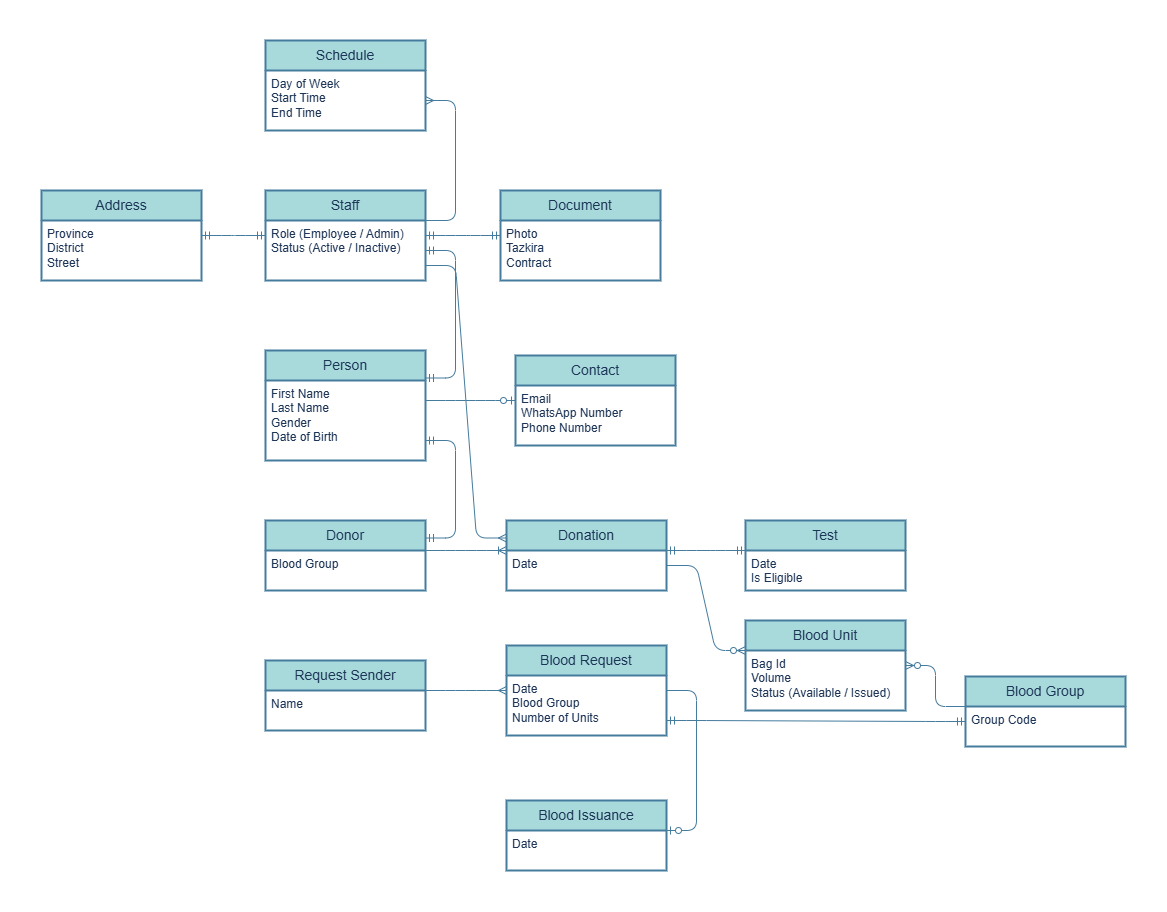
This is Blood Bank Database System/Assets/ERD.png from reza720/database-projects-collection, a draw.io export, as it was before one commit. Source tidied: cells renumbered, new cells last; positions are measured from the earlier drawing's top-left corner, leaving out a move shared by most shapes.
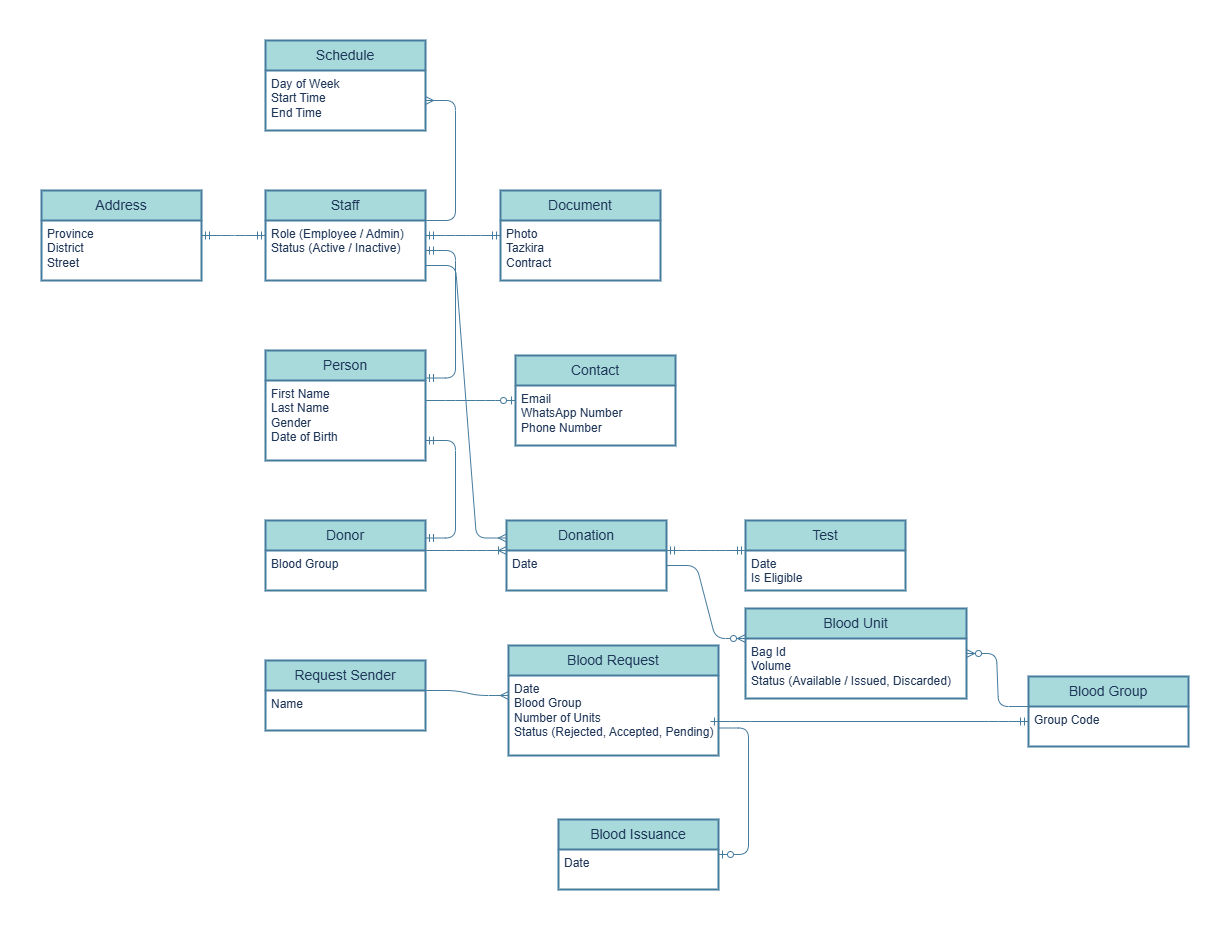
Later version of the same file.

The edit, as a diff of the source:
```diff
@@ -57,16 +57,16 @@
       <mxGeometry relative="1" as="geometry" />
     </mxCell>
     <mxCell id="20" value="Blood Unit" style="swimlane;horizontal=1;startSize=30;rounded=1;fontSize=14;fontStyle=0;strokeWidth=2;shadow=0;dashed=0;align=center;arcSize=0;whiteSpace=wrap;html=1;labelBackgroundColor=none;fillColor=#A8DADC;strokeColor=#457B9D;fontColor=#1D3557;" parent="1" vertex="1">
-      <mxGeometry x="704" y="580" width="160" height="90" as="geometry" />
+      <mxGeometry x="704" y="568" width="221" height="90" as="geometry" />
     </mxCell>
-    <mxCell id="21" value="Bag Id&lt;div&gt;Volume&lt;/div&gt;&lt;div&gt;Status (Available / Issued)&lt;/div&gt;" style="align=left;strokeColor=none;fillColor=none;spacingLeft=4;spacingRight=4;fontSize=12;verticalAlign=top;html=1;whiteSpace=wrap;labelBackgroundColor=none;fontColor=#1D3557;rounded=1;" parent="20" vertex="1">
-      <mxGeometry y="30" width="160" height="60" as="geometry" />
+    <mxCell id="21" value="Bag Id&lt;div&gt;Volume&lt;/div&gt;&lt;div&gt;Status (Available / Issued, Discarded)&lt;/div&gt;" style="align=left;strokeColor=none;fillColor=none;spacingLeft=4;spacingRight=4;fontSize=12;verticalAlign=top;html=1;whiteSpace=wrap;labelBackgroundColor=none;fontColor=#1D3557;rounded=1;" parent="20" vertex="1">
+      <mxGeometry y="30" width="221" height="60" as="geometry" />
     </mxCell>
     <mxCell id="22" value="&lt;div&gt;&lt;br&gt;&lt;/div&gt;" style="align=left;strokeColor=none;fillColor=none;spacingLeft=4;spacingRight=4;fontSize=12;verticalAlign=top;html=1;whiteSpace=wrap;labelBackgroundColor=none;fontColor=#1D3557;rounded=1;" parent="20" vertex="1">
-      <mxGeometry y="90" width="160" as="geometry" />
+      <mxGeometry y="90" width="221" as="geometry" />
     </mxCell>
     <mxCell id="23" value="Blood Group" style="swimlane;horizontal=1;startSize=30;rounded=1;fontSize=14;fontStyle=0;strokeWidth=2;shadow=0;dashed=0;align=center;arcSize=0;whiteSpace=wrap;html=1;labelBackgroundColor=none;fillColor=#A8DADC;strokeColor=#457B9D;fontColor=#1D3557;" parent="1" vertex="1">
-      <mxGeometry x="924" y="636" width="160" height="70" as="geometry" />
+      <mxGeometry x="987" y="636" width="160" height="70" as="geometry" />
     </mxCell>
     <mxCell id="24" value="Group Code" style="align=left;strokeColor=none;fillColor=none;spacingLeft=4;spacingRight=4;fontSize=12;verticalAlign=top;html=1;whiteSpace=wrap;labelBackgroundColor=none;fontColor=#1D3557;rounded=1;" parent="23" vertex="1">
       <mxGeometry y="30" width="160" height="60" as="geometry" />
@@ -117,25 +117,27 @@
       <mxGeometry y="30" width="160" height="40" as="geometry" />
     </mxCell>
     <mxCell id="40" value="Blood Request" style="swimlane;horizontal=1;startSize=30;rounded=1;fontSize=14;fontStyle=0;strokeWidth=2;shadow=0;dashed=0;align=center;arcSize=0;whiteSpace=wrap;html=1;labelBackgroundColor=none;fillColor=#A8DADC;strokeColor=#457B9D;fontColor=#1D3557;" parent="1" vertex="1">
-      <mxGeometry x="465" y="605" width="160" height="90" as="geometry" />
+      <mxGeometry x="467" y="605" width="210" height="110" as="geometry" />
     </mxCell>
-    <mxCell id="41" value="Date&lt;div&gt;Blood Group&amp;nbsp;&lt;/div&gt;&lt;div&gt;Number of Units&lt;/div&gt;" style="align=left;strokeColor=none;fillColor=none;spacingLeft=4;spacingRight=4;fontSize=12;verticalAlign=top;html=1;whiteSpace=wrap;labelBackgroundColor=none;fontColor=#1D3557;rounded=1;" parent="40" vertex="1">
-      <mxGeometry y="30" width="160" height="60" as="geometry" />
+    <mxCell id="41" value="Date&lt;div&gt;Blood Group&amp;nbsp;&lt;/div&gt;&lt;div&gt;Number of Units&lt;/div&gt;&lt;div&gt;Status (Rejected, Accepted, Pending)&lt;/div&gt;" style="align=left;strokeColor=none;fillColor=none;spacingLeft=4;spacingRight=4;fontSize=12;verticalAlign=top;html=1;whiteSpace=wrap;labelBackgroundColor=none;fontColor=#1D3557;rounded=1;" parent="40" vertex="1">
+      <mxGeometry y="30" width="210" height="80" as="geometry" />
     </mxCell>
     <mxCell id="42" style="edgeStyle=entityRelationEdgeStyle;fontSize=12;html=1;endArrow=ERmany;rounded=1;exitX=1;exitY=0;exitDx=0;exitDy=0;entryX=0;entryY=0.25;entryDx=0;entryDy=0;labelBackgroundColor=none;strokeColor=#457B9D;fontColor=default;" parent="1" edge="1" source="39" target="41">
       <mxGeometry relative="1" as="geometry" />
     </mxCell>
     <mxCell id="43" value="Blood Issuance" style="swimlane;horizontal=1;startSize=30;rounded=1;fontSize=14;fontStyle=0;strokeWidth=2;shadow=0;dashed=0;align=center;arcSize=0;whiteSpace=wrap;html=1;labelBackgroundColor=none;fillColor=#A8DADC;strokeColor=#457B9D;fontColor=#1D3557;" parent="1" vertex="1">
-      <mxGeometry x="465" y="760" width="160" height="70" as="geometry" />
+      <mxGeometry x="517" y="779" width="160" height="70" as="geometry" />
     </mxCell>
     <mxCell id="44" value="Date" style="align=left;strokeColor=none;fillColor=none;spacingLeft=4;spacingRight=4;fontSize=12;verticalAlign=top;html=1;whiteSpace=wrap;labelBackgroundColor=none;fontColor=#1D3557;rounded=1;" parent="43" vertex="1">
       <mxGeometry y="30" width="160" height="40" as="geometry" />
     </mxCell>
-    <mxCell id="45" style="edgeStyle=entityRelationEdgeStyle;fontSize=12;html=1;endArrow=ERzeroToOne;endFill=1;rounded=1;exitX=1;exitY=0.25;exitDx=0;exitDy=0;entryX=1;entryY=0;entryDx=0;entryDy=0;labelBackgroundColor=none;strokeColor=#457B9D;fontColor=default;" parent="1" edge="1" source="41" target="44">
+    <mxCell id="45" style="edgeStyle=entityRelationEdgeStyle;fontSize=12;html=1;endArrow=ERzeroToOne;endFill=1;rounded=1;entryX=1;entryY=0.5;entryDx=0;entryDy=0;labelBackgroundColor=none;strokeColor=#457B9D;fontColor=default;exitX=1;exitY=0.75;exitDx=0;exitDy=0;" parent="1" edge="1" source="40" target="43">
       <mxGeometry relative="1" as="geometry" />
     </mxCell>
-    <mxCell id="46" style="edgeStyle=entityRelationEdgeStyle;fontSize=12;html=1;endArrow=ERmandOne;startArrow=ERmandOne;rounded=1;exitX=1;exitY=0.75;exitDx=0;exitDy=0;entryX=0;entryY=0.25;entryDx=0;entryDy=0;labelBackgroundColor=none;strokeColor=#457B9D;fontColor=default;" parent="1" edge="1" source="41" target="24">
-      <mxGeometry relative="1" as="geometry" />
+    <mxCell id="46" style="edgeStyle=entityRelationEdgeStyle;fontSize=12;html=1;endArrow=ERmandOne;startArrow=ERmandOne;rounded=1;entryX=0;entryY=0.25;entryDx=0;entryDy=0;labelBackgroundColor=none;strokeColor=#457B9D;fontColor=default;" parent="1" edge="1" target="24">
+      <mxGeometry relative="1" as="geometry">
+        <mxPoint x="669" y="681" as="sourcePoint" />
+      </mxGeometry>
     </mxCell>
     <mxCell id="47" style="edgeStyle=entityRelationEdgeStyle;fontSize=12;html=1;endArrow=ERmany;rounded=1;exitX=1;exitY=0.75;exitDx=0;exitDy=0;entryX=0;entryY=0.25;entryDx=0;entryDy=0;labelBackgroundColor=none;strokeColor=#457B9D;fontColor=default;" parent="1" edge="1" source="10" target="11">
       <mxGeometry relative="1" as="geometry" />
```
